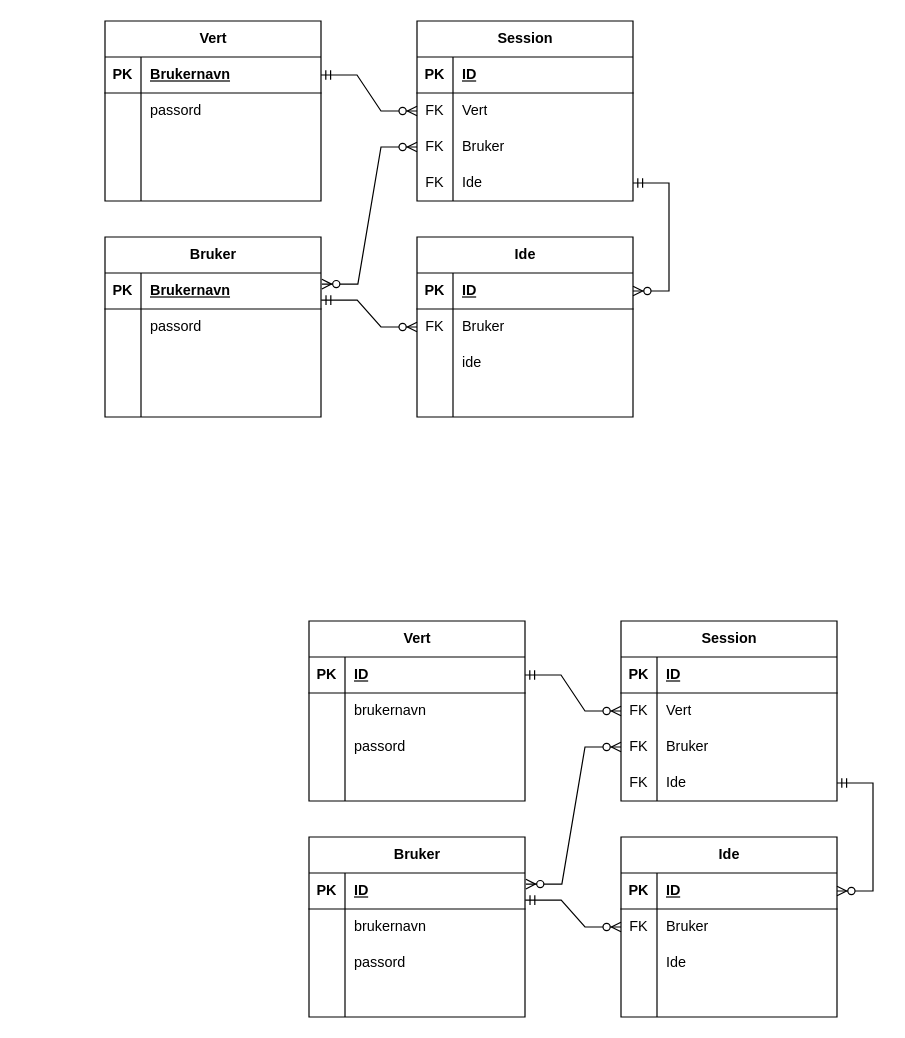
Zandra7/Brainstorming-app keeps this draw.io diagram as er.drawio. Above is the earlier version. Source tidied: cells renumbered, new cells numbered last; positions are measured from the earlier drawing's top-left corner, leaving out a move shared by most shapes. Both pictures are drawn from the tidied source at 120%, with x=0, y=0 at pixel (104, 20).
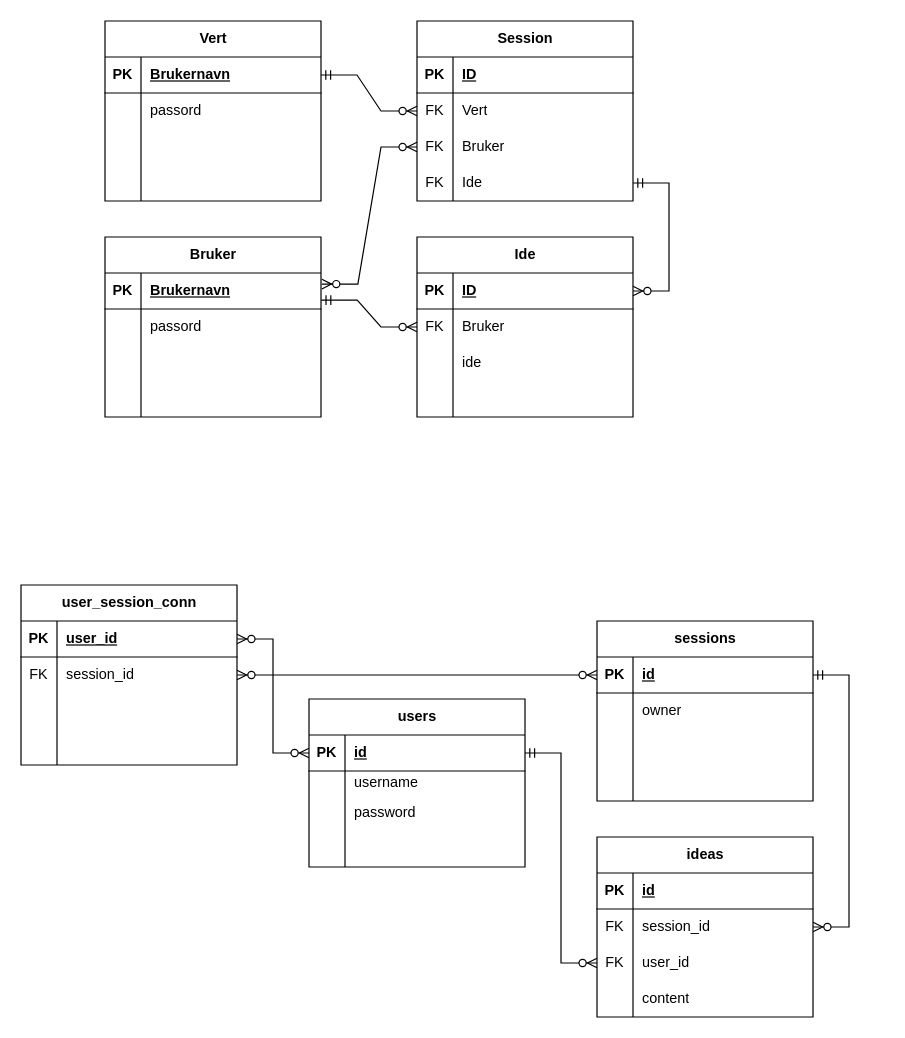
The same page after the edit.

Commit message:
Oppdatert entity relations diagram til å passe ny database

Unchanged cells that the change refers to:
```xml
<mxCell id="59" style="shape=tableRow;horizontal=0;startSize=0;swimlaneHead=0;swimlaneBody=0;fillColor=none;points=[[0,0.5],[1,0.5]];portConstraint=eastwest;top=0;left=0;right=0;bottom=1;" parent="58" vertex="1">
  <mxGeometry y="30" width="180" height="30" as="geometry" />
</mxCell>
<mxCell id="72" style="shape=tableRow;horizontal=0;startSize=0;swimlaneHead=0;swimlaneBody=0;fillColor=none;points=[[0,0.5],[1,0.5]];portConstraint=eastwest;top=0;left=0;right=0;bottom=1;" parent="71" vertex="1">
  <mxGeometry y="30" width="180" height="30" as="geometry" />
</mxCell>
<mxCell id="75" style="shape=tableRow;horizontal=0;startSize=0;swimlaneHead=0;swimlaneBody=0;fillColor=none;points=[[0,0.5],[1,0.5]];portConstraint=eastwest;top=0;left=0;right=0;bottom=0;" parent="71" vertex="1">
  <mxGeometry y="60" width="180" height="30" as="geometry" />
</mxCell>
<mxCell id="78" style="shape=tableRow;horizontal=0;startSize=0;swimlaneHead=0;swimlaneBody=0;fillColor=none;top=0;left=0;right=0;bottom=0;" parent="71" vertex="1">
  <mxGeometry y="90" width="180" height="30" as="geometry" />
</mxCell>
<mxCell id="85" style="shape=tableRow;horizontal=0;startSize=0;swimlaneHead=0;swimlaneBody=0;fillColor=none;points=[[0,0.5],[1,0.5]];portConstraint=eastwest;top=0;left=0;right=0;bottom=1;" parent="84" vertex="1">
  <mxGeometry y="30" width="180" height="30" as="geometry" />
</mxCell>
<mxCell id="88" style="shape=tableRow;horizontal=0;startSize=0;swimlaneHead=0;swimlaneBody=0;fillColor=none;points=[[0,0.5],[1,0.5]];portConstraint=eastwest;top=0;left=0;right=0;bottom=0;" parent="84" vertex="1">
  <mxGeometry y="60" width="180" height="30" as="geometry" />
</mxCell>
<mxCell id="91" style="shape=tableRow;horizontal=0;startSize=0;swimlaneHead=0;swimlaneBody=0;fillColor=none;points=[[0,0.5],[1,0.5]];portConstraint=eastwest;top=0;left=0;right=0;bottom=0;" parent="84" vertex="1">
  <mxGeometry y="90" width="180" height="30" as="geometry" />
</mxCell>
<mxCell id="94" style="shape=tableRow;horizontal=0;startSize=0;swimlaneHead=0;swimlaneBody=0;fillColor=none;points=[[0,0.5],[1,0.5]];portConstraint=eastwest;top=0;left=0;right=0;bottom=0;" parent="84" vertex="1">
  <mxGeometry y="120" width="180" height="30" as="geometry" />
</mxCell>
<mxCell id="100" style="shape=tableRow;horizontal=0;startSize=0;swimlaneHead=0;swimlaneBody=0;fillColor=none;points=[[0,0.5],[1,0.5]];portConstraint=eastwest;top=0;left=0;right=0;bottom=1;" parent="99" vertex="1">
  <mxGeometry y="30" width="180" height="30" as="geometry" />
</mxCell>
<mxCell id="103" style="shape=tableRow;horizontal=0;startSize=0;swimlaneHead=0;swimlaneBody=0;fillColor=none;points=[[0,0.5],[1,0.5]];portConstraint=eastwest;top=0;left=0;right=0;bottom=0;" parent="99" vertex="1">
  <mxGeometry y="60" width="180" height="30" as="geometry" />
</mxCell>
<mxCell id="106" style="shape=tableRow;horizontal=0;startSize=0;swimlaneHead=0;swimlaneBody=0;fillColor=none;points=[[0,0.5],[1,0.5]];portConstraint=eastwest;top=0;left=0;right=0;bottom=0;" parent="99" vertex="1">
  <mxGeometry y="90" width="180" height="30" as="geometry" />
</mxCell>
<mxCell id="109" style="shape=tableRow;horizontal=0;startSize=0;swimlaneHead=0;swimlaneBody=0;fillColor=none;top=0;left=0;right=0;bottom=0;" parent="99" vertex="1">
  <mxGeometry y="120" width="180" height="30" as="geometry" />
</mxCell>
```

What changed in the source:
```diff
@@
-    <mxCell id="58" value="Bruker" style="shape=table;startSize=30;childLayout=tableLayout;rowLines=0;fontStyle=1;align=center;html=1;" parent="1" vertex="1">
-      <mxGeometry x="170" y="680" width="180" height="150" as="geometry" />
+    <mxCell id="58" value="users" style="shape=table;startSize=30;childLayout=tableLayout;rowLines=0;fontStyle=1;align=center;html=1;" parent="1" vertex="1">
+      <mxGeometry x="170" y="565" width="180" height="140" as="geometry" />
     </mxCell>
@@
-    <mxCell id="61" value="ID" style="shape=partialRectangle;fillColor=none;top=0;left=0;bottom=0;right=0;align=left;spacingLeft=6;fontStyle=5;overflow=hidden;whiteSpace=wrap;html=1;" parent="59" vertex="1">
+    <mxCell id="61" value="id" style="shape=partialRectangle;fillColor=none;top=0;left=0;bottom=0;right=0;align=left;spacingLeft=6;fontStyle=5;overflow=hidden;whiteSpace=wrap;html=1;" parent="59" vertex="1">
       <mxGeometry x="30" width="150" height="30" as="geometry" />
     </mxCell>
     <mxCell id="62" style="shape=tableRow;horizontal=0;startSize=0;swimlaneHead=0;swimlaneBody=0;fillColor=none;top=0;left=0;right=0;bottom=0;" parent="58" vertex="1">
-      <mxGeometry y="60" width="180" height="30" as="geometry" />
+      <mxGeometry y="60" width="180" height="20" as="geometry" />
     </mxCell>
     <mxCell id="63" style="shape=partialRectangle;fillColor=none;top=0;left=0;bottom=0;right=0;overflow=hidden;whiteSpace=wrap;html=1;" parent="62" vertex="1">
-      <mxGeometry width="30" height="30" as="geometry" />
+      <mxGeometry width="30" height="20" as="geometry" />
     </mxCell>
-    <mxCell id="64" value="brukernavn" style="shape=partialRectangle;fillColor=none;top=0;left=0;bottom=0;right=0;align=left;spacingLeft=6;overflow=hidden;whiteSpace=wrap;html=1;" parent="62" vertex="1">
-      <mxGeometry x="30" width="150" height="30" as="geometry" />
+    <mxCell id="64" value="username" style="shape=partialRectangle;fillColor=none;top=0;left=0;bottom=0;right=0;align=left;spacingLeft=6;overflow=hidden;whiteSpace=wrap;html=1;" parent="62" vertex="1">
+      <mxGeometry x="30" width="150" height="20" as="geometry" />
     </mxCell>
     <mxCell id="65" style="shape=tableRow;horizontal=0;startSize=0;swimlaneHead=0;swimlaneBody=0;fillColor=none;top=0;left=0;right=0;bottom=0;" parent="58" vertex="1">
-      <mxGeometry y="90" width="180" height="30" as="geometry" />
+      <mxGeometry y="80" width="180" height="30" as="geometry" />
     </mxCell>
@@
-    <mxCell id="67" value="passord" style="shape=partialRectangle;fillColor=none;top=0;left=0;bottom=0;right=0;align=left;spacingLeft=6;overflow=hidden;whiteSpace=wrap;html=1;" parent="65" vertex="1">
+    <mxCell id="67" value="password" style="shape=partialRectangle;fillColor=none;top=0;left=0;bottom=0;right=0;align=left;spacingLeft=6;overflow=hidden;whiteSpace=wrap;html=1;" parent="65" vertex="1">
       <mxGeometry x="30" width="150" height="30" as="geometry" />
     </mxCell>
     <mxCell id="68" style="shape=tableRow;horizontal=0;startSize=0;swimlaneHead=0;swimlaneBody=0;fillColor=none;top=0;left=0;right=0;bottom=0;" parent="58" vertex="1">
-      <mxGeometry y="120" width="180" height="30" as="geometry" />
+      <mxGeometry y="110" width="180" height="30" as="geometry" />
     </mxCell>
@@
-    <mxCell id="71" value="Vert" style="shape=table;startSize=30;childLayout=tableLayout;rowLines=0;fontStyle=1;align=center;html=1;" parent="1" vertex="1">
-      <mxGeometry x="170" y="500" width="180" height="150" as="geometry" />
+    <mxCell id="71" value="user_session_conn" style="shape=table;startSize=30;childLayout=tableLayout;rowLines=0;fontStyle=1;align=center;html=1;" parent="1" vertex="1">
+      <mxGeometry x="-70" y="470" width="180" height="150" as="geometry" />
     </mxCell>
@@
-    <mxCell id="74" value="ID" style="shape=partialRectangle;fillColor=none;top=0;left=0;bottom=0;right=0;align=left;spacingLeft=6;fontStyle=5;overflow=hidden;whiteSpace=wrap;html=1;" parent="72" vertex="1">
+    <mxCell id="74" value="user_id" style="shape=partialRectangle;fillColor=none;top=0;left=0;bottom=0;right=0;align=left;spacingLeft=6;fontStyle=5;overflow=hidden;whiteSpace=wrap;html=1;" parent="72" vertex="1">
       <mxGeometry x="30" width="150" height="30" as="geometry" />
     </mxCell>
@@
-    <mxCell id="76" style="shape=partialRectangle;fillColor=none;top=0;left=0;bottom=0;right=0;overflow=hidden;whiteSpace=wrap;html=1;" parent="75" vertex="1">
+    <mxCell id="76" value="FK" style="shape=partialRectangle;fillColor=none;top=0;left=0;bottom=0;right=0;overflow=hidden;whiteSpace=wrap;html=1;" parent="75" vertex="1">
       <mxGeometry width="30" height="30" as="geometry" />
     </mxCell>
-    <mxCell id="77" value="brukernavn" style="shape=partialRectangle;fillColor=none;top=0;left=0;bottom=0;right=0;align=left;spacingLeft=6;overflow=hidden;whiteSpace=wrap;html=1;" parent="75" vertex="1">
+    <mxCell id="77" value="session_id" style="shape=partialRectangle;fillColor=none;top=0;left=0;bottom=0;right=0;align=left;spacingLeft=6;overflow=hidden;whiteSpace=wrap;html=1;" parent="75" vertex="1">
       <mxGeometry x="30" width="150" height="30" as="geometry" />
     </mxCell>
@@
-    <mxCell id="80" value="passord" style="shape=partialRectangle;fillColor=none;top=0;left=0;bottom=0;right=0;align=left;spacingLeft=6;overflow=hidden;whiteSpace=wrap;html=1;" parent="78" vertex="1">
+    <mxCell id="80" style="shape=partialRectangle;fillColor=none;top=0;left=0;bottom=0;right=0;align=left;spacingLeft=6;overflow=hidden;whiteSpace=wrap;html=1;" parent="78" vertex="1">
       <mxGeometry x="30" width="150" height="30" as="geometry" />
     </mxCell>
@@
-    <mxCell id="84" value="Session" style="shape=table;startSize=30;childLayout=tableLayout;rowLines=0;fontStyle=1;align=center;html=1;" parent="1" vertex="1">
-      <mxGeometry x="430" y="500" width="180" height="150" as="geometry" />
+    <mxCell id="84" value="sessions" style="shape=table;startSize=30;childLayout=tableLayout;rowLines=0;fontStyle=1;align=center;html=1;" parent="1" vertex="1">
+      <mxGeometry x="410" y="500" width="180" height="150" as="geometry" />
     </mxCell>
@@
-    <mxCell id="87" value="ID" style="shape=partialRectangle;fillColor=none;top=0;left=0;bottom=0;right=0;align=left;spacingLeft=6;fontStyle=5;overflow=hidden;whiteSpace=wrap;html=1;" parent="85" vertex="1">
+    <mxCell id="87" value="id" style="shape=partialRectangle;fillColor=none;top=0;left=0;bottom=0;right=0;align=left;spacingLeft=6;fontStyle=5;overflow=hidden;whiteSpace=wrap;html=1;" parent="85" vertex="1">
       <mxGeometry x="30" width="150" height="30" as="geometry" />
     </mxCell>
@@
-    <mxCell id="89" value="FK" style="shape=partialRectangle;fillColor=none;top=0;left=0;bottom=0;right=0;overflow=hidden;whiteSpace=wrap;html=1;" parent="88" vertex="1">
+    <mxCell id="89" style="shape=partialRectangle;fillColor=none;top=0;left=0;bottom=0;right=0;overflow=hidden;whiteSpace=wrap;html=1;" parent="88" vertex="1">
       <mxGeometry width="30" height="30" as="geometry" />
     </mxCell>
-    <mxCell id="90" value="Vert" style="shape=partialRectangle;fillColor=none;top=0;left=0;bottom=0;right=0;align=left;spacingLeft=6;overflow=hidden;whiteSpace=wrap;html=1;" parent="88" vertex="1">
+    <mxCell id="90" value="owner" style="shape=partialRectangle;fillColor=none;top=0;left=0;bottom=0;right=0;align=left;spacingLeft=6;overflow=hidden;whiteSpace=wrap;html=1;" parent="88" vertex="1">
       <mxGeometry x="30" width="150" height="30" as="geometry" />
     </mxCell>
@@
-    <mxCell id="92" value="FK" style="shape=partialRectangle;fillColor=none;top=0;left=0;bottom=0;right=0;overflow=hidden;whiteSpace=wrap;html=1;" parent="91" vertex="1">
+    <mxCell id="92" style="shape=partialRectangle;fillColor=none;top=0;left=0;bottom=0;right=0;overflow=hidden;whiteSpace=wrap;html=1;" parent="91" vertex="1">
       <mxGeometry width="30" height="30" as="geometry" />
     </mxCell>
-    <mxCell id="93" value="Bruker" style="shape=partialRectangle;fillColor=none;top=0;left=0;bottom=0;right=0;align=left;spacingLeft=6;overflow=hidden;whiteSpace=wrap;html=1;" parent="91" vertex="1">
+    <mxCell id="93" style="shape=partialRectangle;fillColor=none;top=0;left=0;bottom=0;right=0;align=left;spacingLeft=6;overflow=hidden;whiteSpace=wrap;html=1;" parent="91" vertex="1">
       <mxGeometry x="30" width="150" height="30" as="geometry" />
     </mxCell>
@@
-    <mxCell id="95" value="FK" style="shape=partialRectangle;fillColor=none;top=0;left=0;bottom=0;right=0;overflow=hidden;whiteSpace=wrap;html=1;" parent="94" vertex="1">
+    <mxCell id="95" style="shape=partialRectangle;fillColor=none;top=0;left=0;bottom=0;right=0;overflow=hidden;whiteSpace=wrap;html=1;" parent="94" vertex="1">
       <mxGeometry width="30" height="30" as="geometry" />
     </mxCell>
-    <mxCell id="96" value="Ide" style="shape=partialRectangle;fillColor=none;top=0;left=0;bottom=0;right=0;align=left;spacingLeft=6;overflow=hidden;whiteSpace=wrap;html=1;" parent="94" vertex="1">
+    <mxCell id="96" style="shape=partialRectangle;fillColor=none;top=0;left=0;bottom=0;right=0;align=left;spacingLeft=6;overflow=hidden;whiteSpace=wrap;html=1;" parent="94" vertex="1">
       <mxGeometry x="30" width="150" height="30" as="geometry" />
     </mxCell>
-    <mxCell id="97" style="edgeStyle=entityRelationEdgeStyle;fontSize=12;html=1;endArrow=ERzeroToMany;startArrow=ERmandOne;rounded=0;entryX=0;entryY=0.5;entryDx=0;entryDy=0;exitX=1;exitY=0.5;exitDx=0;exitDy=0;" parent="1" edge="1" source="72" target="88">
-      <mxGeometry relative="1" as="geometry">
-        <Array as="points">
-          <mxPoint x="390" y="670" />
-        </Array>
-      </mxGeometry>
-    </mxCell>
-    <mxCell id="98" style="edgeStyle=entityRelationEdgeStyle;fontSize=12;html=1;endArrow=ERzeroToMany;endFill=1;startArrow=ERzeroToMany;rounded=0;entryX=0;entryY=0.5;entryDx=0;entryDy=0;exitX=1.004;exitY=0.309;exitDx=0;exitDy=0;exitPerimeter=0;" parent="1" edge="1" source="59" target="91">
-      <mxGeometry relative="1" as="geometry" />
-    </mxCell>
-    <mxCell id="99" value="Ide" style="shape=table;startSize=30;childLayout=tableLayout;rowLines=0;fontStyle=1;align=center;html=1;" parent="1" vertex="1">
-      <mxGeometry x="430" y="680" width="180" height="150" as="geometry" />
+    <mxCell id="99" value="ideas" style="shape=table;startSize=30;childLayout=tableLayout;rowLines=0;fontStyle=1;align=center;html=1;" parent="1" vertex="1">
+      <mxGeometry x="410" y="680" width="180" height="150" as="geometry" />
     </mxCell>
@@
-    <mxCell id="102" value="ID" style="shape=partialRectangle;fillColor=none;top=0;left=0;bottom=0;right=0;align=left;spacingLeft=6;fontStyle=5;overflow=hidden;whiteSpace=wrap;html=1;" parent="100" vertex="1">
+    <mxCell id="102" value="id" style="shape=partialRectangle;fillColor=none;top=0;left=0;bottom=0;right=0;align=left;spacingLeft=6;fontStyle=5;overflow=hidden;whiteSpace=wrap;html=1;" parent="100" vertex="1">
       <mxGeometry x="30" width="150" height="30" as="geometry" />
     </mxCell>
@@
-    <mxCell id="105" value="Bruker" style="shape=partialRectangle;fillColor=none;top=0;left=0;bottom=0;right=0;align=left;spacingLeft=6;overflow=hidden;whiteSpace=wrap;html=1;" parent="103" vertex="1">
+    <mxCell id="105" value="session_id" style="shape=partialRectangle;fillColor=none;top=0;left=0;bottom=0;right=0;align=left;spacingLeft=6;overflow=hidden;whiteSpace=wrap;html=1;" parent="103" vertex="1">
       <mxGeometry x="30" width="150" height="30" as="geometry" />
     </mxCell>
@@
-    <mxCell id="107" style="shape=partialRectangle;fillColor=none;top=0;left=0;bottom=0;right=0;overflow=hidden;whiteSpace=wrap;html=1;" parent="106" vertex="1">
+    <mxCell id="107" value="FK" style="shape=partialRectangle;fillColor=none;top=0;left=0;bottom=0;right=0;overflow=hidden;whiteSpace=wrap;html=1;" parent="106" vertex="1">
       <mxGeometry width="30" height="30" as="geometry" />
     </mxCell>
-    <mxCell id="108" value="Ide" style="shape=partialRectangle;fillColor=none;top=0;left=0;bottom=0;right=0;align=left;spacingLeft=6;overflow=hidden;whiteSpace=wrap;html=1;" parent="106" vertex="1">
+    <mxCell id="108" value="user_id" style="shape=partialRectangle;fillColor=none;top=0;left=0;bottom=0;right=0;align=left;spacingLeft=6;overflow=hidden;whiteSpace=wrap;html=1;" parent="106" vertex="1">
       <mxGeometry x="30" width="150" height="30" as="geometry" />
     </mxCell>
@@
-    <mxCell id="111" style="shape=partialRectangle;fillColor=none;top=0;left=0;bottom=0;right=0;align=left;spacingLeft=6;overflow=hidden;whiteSpace=wrap;html=1;" parent="109" vertex="1">
+    <mxCell id="111" value="content" style="shape=partialRectangle;fillColor=none;top=0;left=0;bottom=0;right=0;align=left;spacingLeft=6;overflow=hidden;whiteSpace=wrap;html=1;" parent="109" vertex="1">
       <mxGeometry x="30" width="150" height="30" as="geometry" />
     </mxCell>
-    <mxCell id="112" style="edgeStyle=entityRelationEdgeStyle;fontSize=12;html=1;endArrow=ERzeroToMany;startArrow=ERmandOne;rounded=0;entryX=0;entryY=0.5;entryDx=0;entryDy=0;exitX=1.001;exitY=0.754;exitDx=0;exitDy=0;exitPerimeter=0;" parent="1" edge="1" source="59" target="103">
-      <mxGeometry relative="1" as="geometry" />
-    </mxCell>
-    <mxCell id="113" style="edgeStyle=entityRelationEdgeStyle;fontSize=12;html=1;endArrow=ERzeroToMany;startArrow=ERmandOne;rounded=0;entryX=1;entryY=0.5;entryDx=0;entryDy=0;exitX=1;exitY=0.5;exitDx=0;exitDy=0;" parent="1" edge="1" source="94" target="100">
-      <mxGeometry relative="1" as="geometry">
-        <Array as="points">
-          <mxPoint x="650" y="730" />
-          <mxPoint x="720" y="650" />
-        </Array>
-      </mxGeometry>
-    </mxCell>
+    <mxCell id="114" style="edgeStyle=entityRelationEdgeStyle;fontSize=12;html=1;endArrow=ERzeroToMany;startArrow=ERmandOne;rounded=0;exitX=1;exitY=0.5;exitDx=0;exitDy=0;entryX=1;entryY=0.5;entryDx=0;entryDy=0;" parent="1" edge="1" source="85" target="103">
+      <mxGeometry relative="1" as="geometry">
+        <Array as="points">
+          <mxPoint x="540" y="720" />
+          <mxPoint x="610" y="650" />
+          <mxPoint x="640" y="660" />
+        </Array>
+      </mxGeometry>
+    </mxCell>
+    <mxCell id="115" style="edgeStyle=entityRelationEdgeStyle;fontSize=12;html=1;endArrow=ERzeroToMany;startArrow=ERmandOne;rounded=0;exitX=1;exitY=0.5;exitDx=0;exitDy=0;entryX=0;entryY=0.5;entryDx=0;entryDy=0;" parent="1" edge="1" source="59" target="106">
+      <mxGeometry relative="1" as="geometry" />
+    </mxCell>
+    <mxCell id="116" style="edgeStyle=entityRelationEdgeStyle;fontSize=12;html=1;endArrow=ERzeroToMany;endFill=1;startArrow=ERzeroToMany;rounded=0;entryX=0;entryY=0.5;entryDx=0;entryDy=0;exitX=1;exitY=0.5;exitDx=0;exitDy=0;" parent="1" edge="1" source="75" target="85">
+      <mxGeometry relative="1" as="geometry" />
+    </mxCell>
+    <mxCell id="117" style="edgeStyle=entityRelationEdgeStyle;fontSize=12;html=1;endArrow=ERzeroToMany;endFill=1;startArrow=ERzeroToMany;rounded=0;exitX=1;exitY=0.5;exitDx=0;exitDy=0;entryX=0;entryY=0.5;entryDx=0;entryDy=0;" parent="1" edge="1" source="72" target="59">
+      <mxGeometry relative="1" as="geometry" />
+    </mxCell>
```
